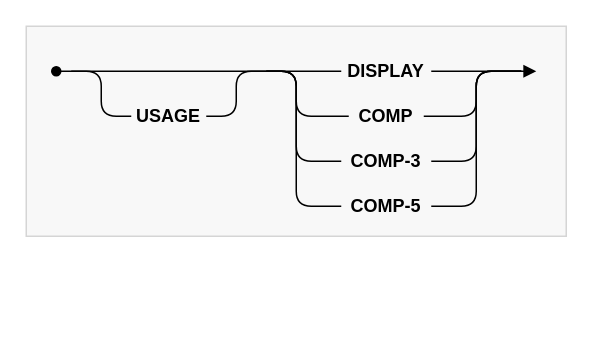
Earlier version of the draw.io diagram page "USAGE clause" (5 of 5) of docs/source/get-the-picture.drawio (LsYueh/Get-The-Picture). Source tidied: cells renumbered, new cells numbered last; positions are measured from the earlier drawing's top-left corner, leaving out a move shared by most shapes. Both pictures are drawn from the tidied source at 150%, with x=0, y=0 at pixel (26, 26).
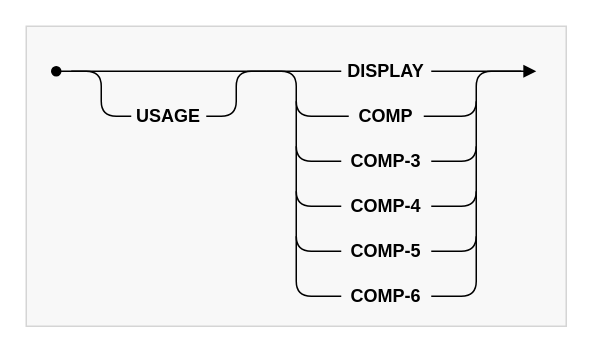
Above is the later version.

Commit message (it also covers changes not shown here):
Update README and diagrams for USAGE clause enhancements

Unchanged cells that the change refers to:
```xml
<mxCell id="10" value="COMP-3" style="text;html=1;whiteSpace=wrap;strokeColor=none;fillColor=none;align=center;verticalAlign=middle;rounded=0;fontStyle=1;" parent="1" vertex="1">
  <mxGeometry x="210" y="80" width="60" height="20" as="geometry" />
</mxCell>
```

Diff of the diagram source:
```diff
@@
     <mxCell id="2" style="rounded=0;whiteSpace=wrap;html=1;strokeColor=#D5D5D5;fillColor=#F8F8F8;" parent="1" vertex="1">
-      <mxGeometry width="360" height="140" as="geometry" />
+      <mxGeometry width="360" height="200" as="geometry" />
     </mxCell>
@@
-    <mxCell id="11" value="COMP-5" style="text;html=1;whiteSpace=wrap;strokeColor=none;fillColor=none;align=center;verticalAlign=middle;rounded=0;fontStyle=1;" parent="1" vertex="1">
+    <mxCell id="11" value="COMP-4" style="text;html=1;whiteSpace=wrap;strokeColor=none;fillColor=none;align=center;verticalAlign=middle;rounded=0;fontStyle=1;" parent="1" vertex="1">
       <mxGeometry x="210" y="110" width="60" height="20" as="geometry" />
     </mxCell>
@@
     <mxCell id="13" style="rounded=1;jettySize=auto;html=1;endArrow=none;endFill=0;startArrow=none;startFill=0;entryX=0;entryY=0.5;entryDx=0;entryDy=0;edgeStyle=elbowEdgeStyle;curved=0;" parent="1" edge="1" target="10">
       <mxGeometry relative="1" as="geometry">
-        <mxPoint x="160" y="30" as="sourcePoint" />
+        <mxPoint x="180" y="50" as="sourcePoint" />
         <Array as="points">
           <mxPoint x="180" y="60" />
         </Array>
       </mxGeometry>
     </mxCell>
     <mxCell id="14" style="rounded=1;jettySize=auto;html=1;endArrow=none;endFill=0;startArrow=none;startFill=0;entryX=0;entryY=0.5;entryDx=0;entryDy=0;edgeStyle=elbowEdgeStyle;curved=0;" parent="1" edge="1" target="11">
       <mxGeometry relative="1" as="geometry">
-        <mxPoint x="160" y="30" as="sourcePoint" />
+        <mxPoint x="180" y="80" as="sourcePoint" />
         <Array as="points">
           <mxPoint x="180" y="80" />
         </Array>
       </mxGeometry>
     </mxCell>
@@
     <mxCell id="16" style="rounded=1;jettySize=auto;html=1;endArrow=none;endFill=0;startArrow=none;startFill=0;edgeStyle=elbowEdgeStyle;curved=0;exitX=1;exitY=0.5;exitDx=0;exitDy=0;" parent="1" edge="1" source="10">
       <mxGeometry relative="1" as="geometry">
-        <mxPoint x="330" y="30" as="targetPoint" />
+        <mxPoint x="300" y="50" as="targetPoint" />
         <Array as="points">
           <mxPoint x="300" y="60" />
         </Array>
       </mxGeometry>
     </mxCell>
     <mxCell id="17" style="rounded=1;jettySize=auto;html=1;endArrow=none;endFill=0;startArrow=none;startFill=0;edgeStyle=elbowEdgeStyle;curved=0;exitX=1;exitY=0.5;exitDx=0;exitDy=0;" parent="1" edge="1" source="11">
       <mxGeometry relative="1" as="geometry">
-        <mxPoint x="330" y="30" as="targetPoint" />
+        <mxPoint x="300" y="80" as="targetPoint" />
         <Array as="points">
           <mxPoint x="300" y="80" />
         </Array>
       </mxGeometry>
     </mxCell>
+    <mxCell id="18" value="COMP-5" style="text;html=1;whiteSpace=wrap;strokeColor=none;fillColor=none;align=center;verticalAlign=middle;rounded=0;fontStyle=1;" parent="1" vertex="1">
+      <mxGeometry x="210" y="140" width="60" height="20" as="geometry" />
+    </mxCell>
+    <mxCell id="19" style="rounded=1;jettySize=auto;html=1;endArrow=none;endFill=0;startArrow=none;startFill=0;entryX=0;entryY=0.5;entryDx=0;entryDy=0;edgeStyle=elbowEdgeStyle;curved=0;" parent="1" edge="1" target="18">
+      <mxGeometry relative="1" as="geometry">
+        <mxPoint x="180" y="110" as="sourcePoint" />
+        <Array as="points">
+          <mxPoint x="180" y="80" />
+        </Array>
+      </mxGeometry>
+    </mxCell>
+    <mxCell id="20" style="rounded=1;orthogonalLoop=1;jettySize=auto;html=1;endArrow=none;endFill=0;startArrow=none;startFill=0;edgeStyle=elbowEdgeStyle;curved=0;" parent="1" edge="1">
+      <mxGeometry relative="1" as="geometry">
+        <mxPoint x="270" y="150" as="sourcePoint" />
+        <mxPoint x="300" y="110" as="targetPoint" />
+        <Array as="points">
+          <mxPoint x="300" y="110" />
+        </Array>
+      </mxGeometry>
+    </mxCell>
+    <mxCell id="21" value="COMP-6" style="text;html=1;whiteSpace=wrap;strokeColor=none;fillColor=none;align=center;verticalAlign=middle;rounded=0;fontStyle=1;" parent="1" vertex="1">
+      <mxGeometry x="210" y="170" width="60" height="20" as="geometry" />
+    </mxCell>
+    <mxCell id="22" style="rounded=1;jettySize=auto;html=1;endArrow=none;endFill=0;startArrow=none;startFill=0;edgeStyle=elbowEdgeStyle;curved=0;exitX=1;exitY=0.5;exitDx=0;exitDy=0;" parent="1" edge="1" source="21">
+      <mxGeometry relative="1" as="geometry">
+        <mxPoint x="300" y="140" as="targetPoint" />
+        <Array as="points">
+          <mxPoint x="300" y="160" />
+        </Array>
+      </mxGeometry>
+    </mxCell>
+    <mxCell id="23" style="rounded=1;jettySize=auto;html=1;endArrow=none;endFill=0;startArrow=none;startFill=0;entryX=0;entryY=0.5;entryDx=0;entryDy=0;edgeStyle=elbowEdgeStyle;curved=0;" parent="1" edge="1" target="21">
+      <mxGeometry relative="1" as="geometry">
+        <mxPoint x="180" y="140" as="sourcePoint" />
+        <Array as="points">
+          <mxPoint x="180" y="180" />
+        </Array>
+      </mxGeometry>
+    </mxCell>
```
